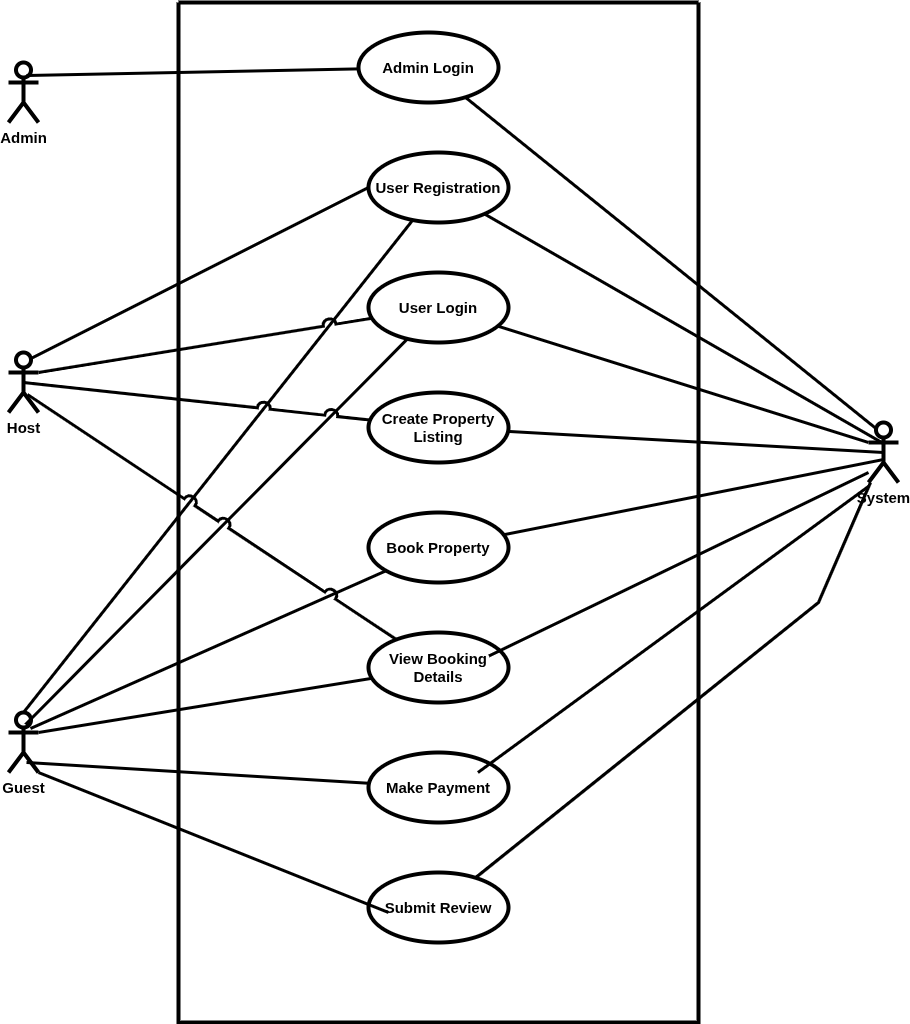
Tsegaw-Mao/alx-airbnb-project-documentation keeps this draw.io diagram as use-case-diagram/UseCaseDiagram.drawio.png. Above is the earlier version. Source tidied: cells renumbered, new cells last; positions are measured from the earlier drawing's top-left corner, leaving out a move shared by most shapes.
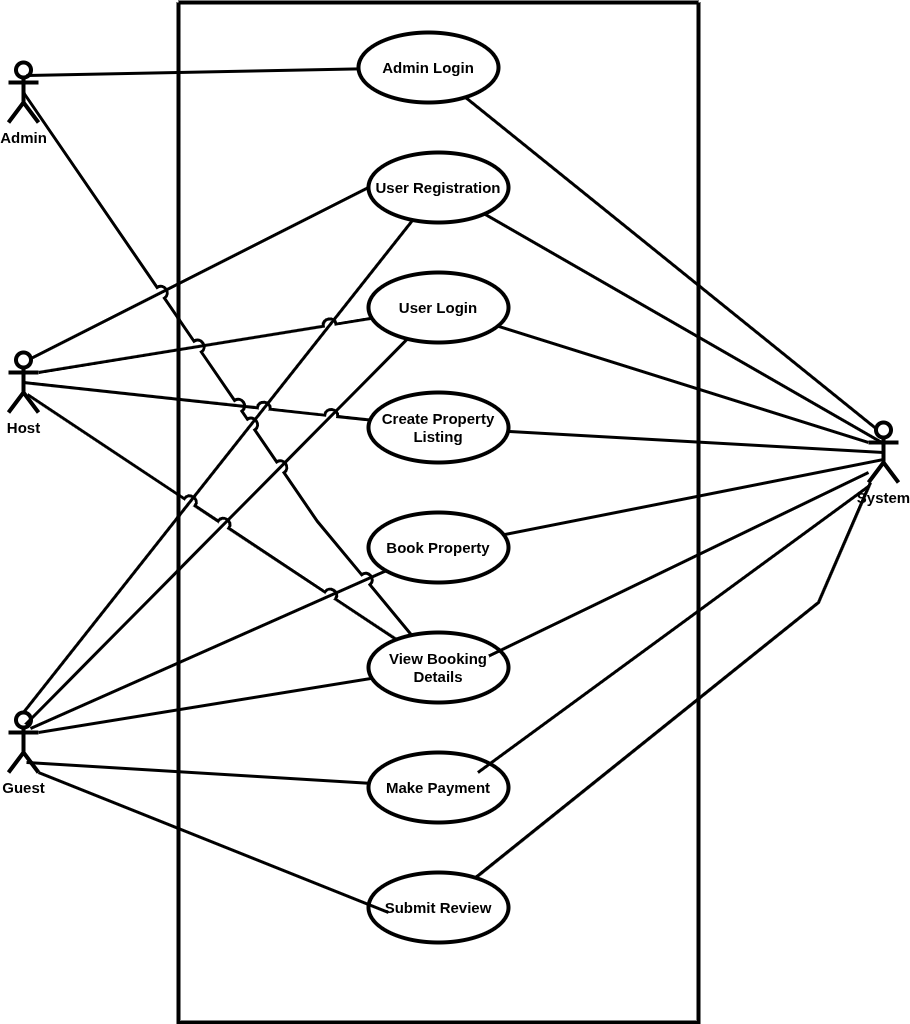
Above is the later version.

Commit message:
use case diagram

What changed in the source:
```diff
@@ -110,5 +110,12 @@
         </Array>
       </mxGeometry>
     </mxCell>
+    <mxCell id="34" style="endArrow=none;html=1;rounded=0;exitX=0.5;exitY=0.5;exitDx=0;exitDy=0;exitPerimeter=0;strokeWidth=3;jumpStyle=arc;jumpSize=9;fontSize=15;fontStyle=1;" parent="1" edge="1" source="14" target="7">
+      <mxGeometry relative="1" as="geometry">
+        <Array as="points">
+          <mxPoint x="309" y="519" />
+        </Array>
+      </mxGeometry>
+    </mxCell>
   </root>
 </mxGraphModel>
```
